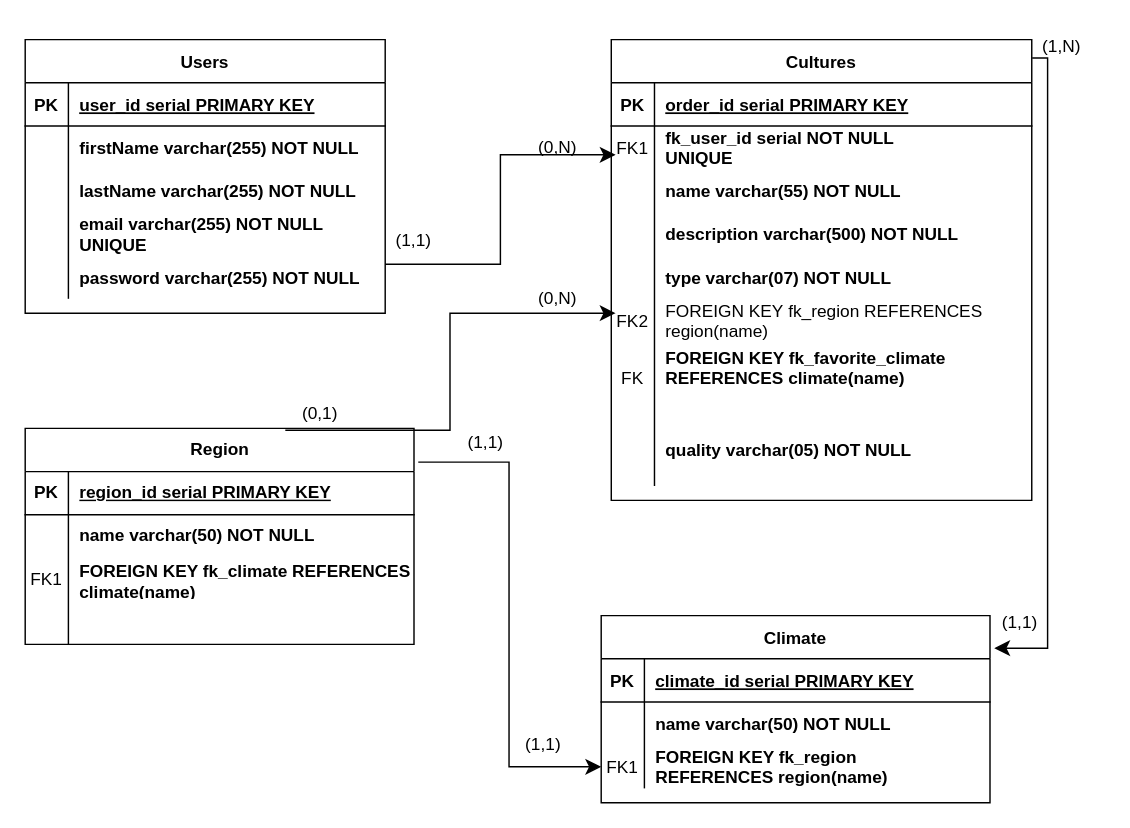
The draw.io diagram Untitled Diagram.drawio in kellysondias/sungarden-api, before the edit. Source tidied: cells renumbered, new cells numbered last; positions are measured from the earlier drawing's top-left corner, leaving out a move shared by most shapes. Both pictures are drawn from the tidied source at 144%, with x=0, y=0 at pixel (24, 24).
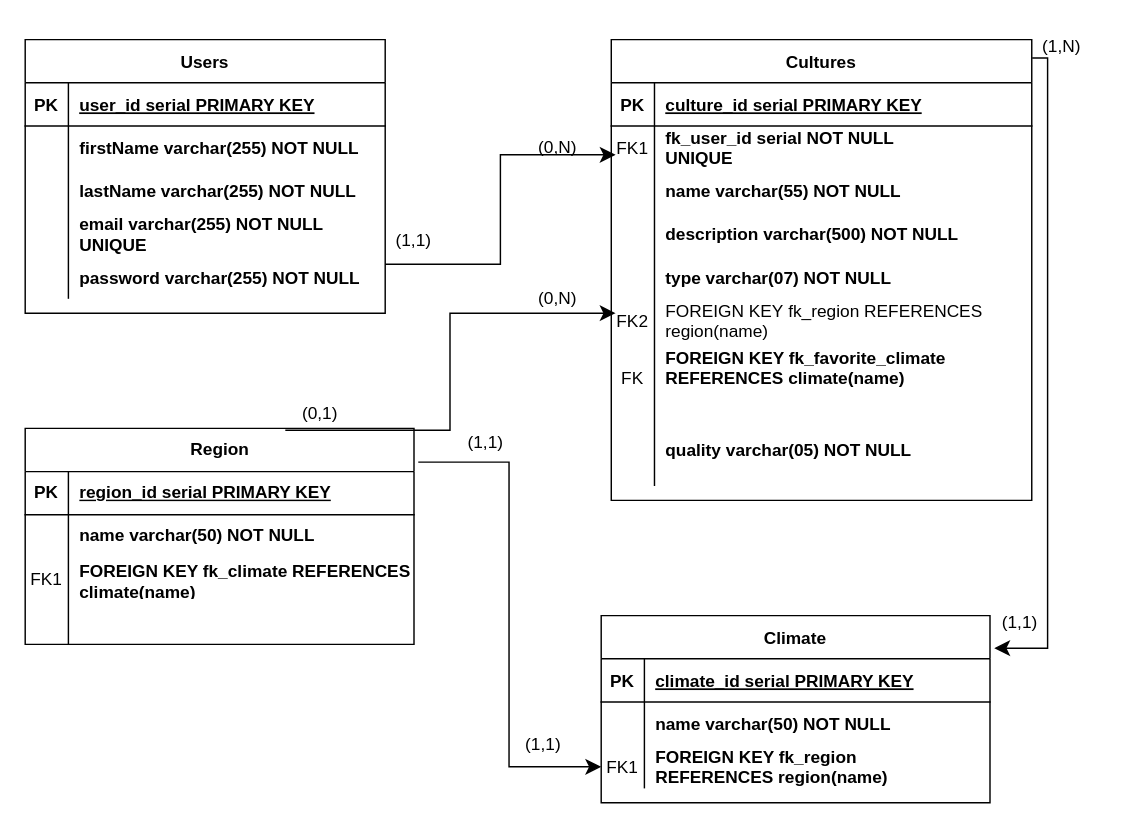
The same page after the edit.

Commit message:
📖feat: changing culture id name

The change refers to these unchanged cells:
```xml
<mxCell id="3" style="shape=partialRectangle;fillColor=none;top=0;left=0;right=0;bottom=1;" parent="2" vertex="1">
  <mxGeometry y="30" width="292" height="30" as="geometry" />
</mxCell>
```

The edit, as a diff of the source:
```diff
@@
-    <mxCell id="5" value="order_id serial PRIMARY KEY" style="shape=partialRectangle;overflow=hidden;fillColor=none;top=0;left=0;bottom=0;right=0;align=left;spacingLeft=6;fontStyle=5;" parent="3" vertex="1">
+    <mxCell id="5" value="culture_id serial PRIMARY KEY" style="shape=partialRectangle;overflow=hidden;fillColor=none;top=0;left=0;bottom=0;right=0;align=left;spacingLeft=6;fontStyle=5;" parent="3" vertex="1">
       <mxGeometry x="30" width="262" height="30" as="geometry" />
     </mxCell>
```
